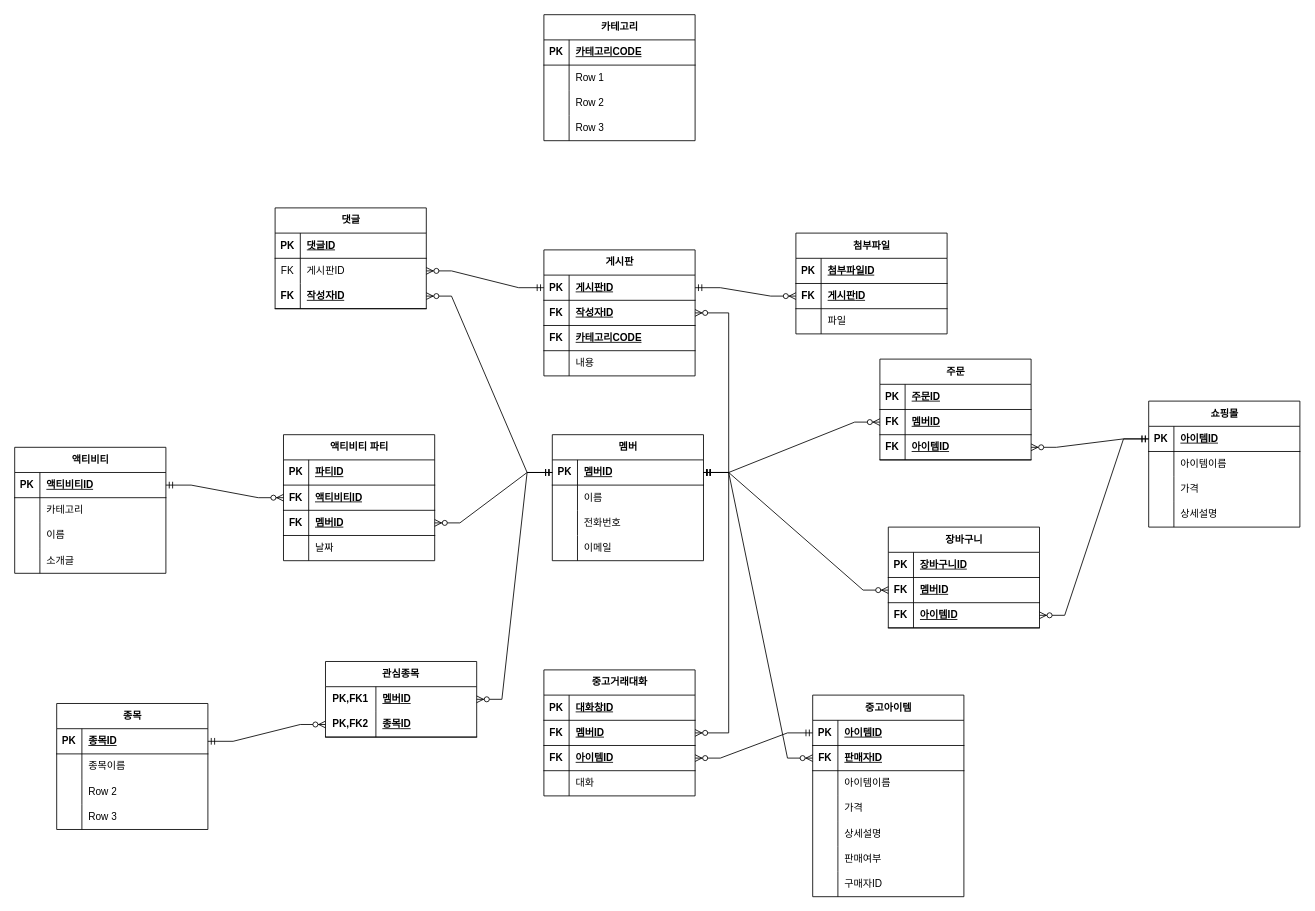
GGoJae/erd keeps this draw.io diagram as 연습다이어그램.drawio. Above is the earlier version. Source tidied: cells renumbered, new cells numbered last; positions are measured from the earlier drawing's top-left corner, leaving out a move shared by most shapes. Both pictures are drawn from the tidied source at 84%, with x=0, y=0 at pixel (14, 14).
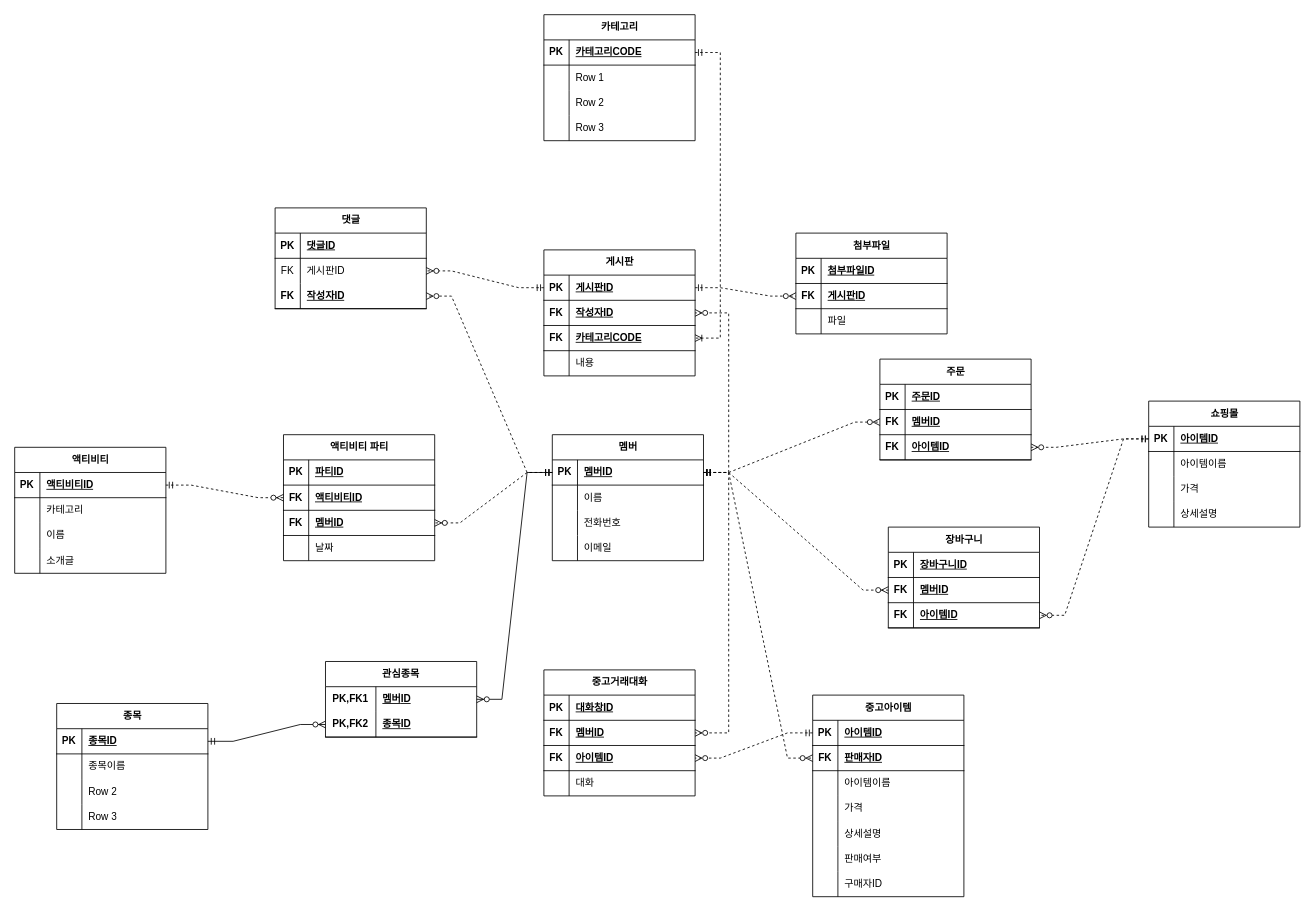
After the change.

Commit message (it also covers changes not shown here):
연습다이어그램.drawio 업데이트

The change refers to these unchanged cells:
```xml
<mxCell id="3" style="shape=tableRow;horizontal=0;startSize=0;swimlaneHead=0;swimlaneBody=0;fillColor=none;points=[[0,0.5],[1,0.5]];portConstraint=eastwest;top=0;left=0;right=0;bottom=1;" parent="2" vertex="1">
  <mxGeometry y="30" width="180" height="30" as="geometry" />
</mxCell>
<mxCell id="29" style="shape=tableRow;horizontal=0;startSize=0;swimlaneHead=0;swimlaneBody=0;fillColor=none;points=[[0,0.5],[1,0.5]];portConstraint=eastwest;top=0;left=0;right=0;bottom=1;" parent="28" vertex="1">
  <mxGeometry y="30" width="180" height="30" as="geometry" />
</mxCell>
<mxCell id="42" style="shape=tableRow;horizontal=0;startSize=0;swimlaneHead=0;swimlaneBody=0;fillColor=none;points=[[0,0.5],[1,0.5]];portConstraint=eastwest;top=0;left=0;right=0;bottom=1;" parent="41" vertex="1">
  <mxGeometry y="30" width="180" height="30" as="geometry" />
</mxCell>
<mxCell id="45" style="shape=tableRow;horizontal=0;startSize=0;swimlaneHead=0;swimlaneBody=0;fillColor=none;points=[[0,0.5],[1,0.5]];portConstraint=eastwest;top=0;left=0;right=0;bottom=1;" parent="41" vertex="1">
  <mxGeometry y="60" width="180" height="30" as="geometry" />
</mxCell>
<mxCell id="48" style="shape=tableRow;horizontal=0;startSize=0;swimlaneHead=0;swimlaneBody=0;fillColor=none;points=[[0,0.5],[1,0.5]];portConstraint=eastwest;top=0;left=0;right=0;bottom=1;" parent="41" vertex="1">
  <mxGeometry y="90" width="180" height="30" as="geometry" />
</mxCell>
<mxCell id="58" style="shape=tableRow;horizontal=0;startSize=0;swimlaneHead=0;swimlaneBody=0;fillColor=none;points=[[0,0.5],[1,0.5]];portConstraint=eastwest;top=0;left=0;right=0;bottom=1;" parent="54" vertex="1">
  <mxGeometry y="60" width="180" height="30" as="geometry" />
</mxCell>
<mxCell id="61" style="shape=tableRow;horizontal=0;startSize=0;swimlaneHead=0;swimlaneBody=0;fillColor=none;points=[[0,0.5],[1,0.5]];portConstraint=eastwest;top=0;left=0;right=0;bottom=1;" parent="54" vertex="1">
  <mxGeometry y="90" width="180" height="30" as="geometry" />
</mxCell>
<mxCell id="68" style="shape=tableRow;horizontal=0;startSize=0;swimlaneHead=0;swimlaneBody=0;fillColor=none;points=[[0,0.5],[1,0.5]];portConstraint=eastwest;top=0;left=0;right=0;bottom=1;" parent="67" vertex="1">
  <mxGeometry y="30" width="180" height="30" as="geometry" />
</mxCell>
<mxCell id="71" style="shape=tableRow;horizontal=0;startSize=0;swimlaneHead=0;swimlaneBody=0;fillColor=none;points=[[0,0.5],[1,0.5]];portConstraint=eastwest;top=0;left=0;right=0;bottom=1;" parent="67" vertex="1">
  <mxGeometry y="60" width="180" height="30" as="geometry" />
</mxCell>
<mxCell id="93" style="shape=tableRow;horizontal=0;startSize=0;swimlaneHead=0;swimlaneBody=0;fillColor=none;points=[[0,0.5],[1,0.5]];portConstraint=eastwest;top=0;left=0;right=0;bottom=1;" parent="89" vertex="1">
  <mxGeometry y="60" width="180" height="30" as="geometry" />
</mxCell>
<mxCell id="103" style="shape=tableRow;horizontal=0;startSize=0;swimlaneHead=0;swimlaneBody=0;fillColor=none;points=[[0,0.5],[1,0.5]];portConstraint=eastwest;top=0;left=0;right=0;bottom=0;" parent="99" vertex="1">
  <mxGeometry y="60" width="180" height="30" as="geometry" />
</mxCell>
<mxCell id="106" style="shape=tableRow;horizontal=0;startSize=0;swimlaneHead=0;swimlaneBody=0;fillColor=none;points=[[0,0.5],[1,0.5]];portConstraint=eastwest;top=0;left=0;right=0;bottom=1;" parent="99" vertex="1">
  <mxGeometry y="90" width="180" height="30" as="geometry" />
</mxCell>
<mxCell id="110" style="shape=tableRow;horizontal=0;startSize=0;swimlaneHead=0;swimlaneBody=0;fillColor=none;points=[[0,0.5],[1,0.5]];portConstraint=eastwest;top=0;left=0;right=0;bottom=1;" parent="109" vertex="1">
  <mxGeometry y="30" width="180" height="30" as="geometry" />
</mxCell>
<mxCell id="123" style="shape=tableRow;horizontal=0;startSize=0;swimlaneHead=0;swimlaneBody=0;fillColor=none;points=[[0,0.5],[1,0.5]];portConstraint=eastwest;top=0;left=0;right=0;bottom=1;" parent="122" vertex="1">
  <mxGeometry y="30" width="180" height="30" as="geometry" />
</mxCell>
<mxCell id="139" style="shape=tableRow;horizontal=0;startSize=0;swimlaneHead=0;swimlaneBody=0;fillColor=none;points=[[0,0.5],[1,0.5]];portConstraint=eastwest;top=0;left=0;right=0;bottom=1;" parent="135" vertex="1">
  <mxGeometry y="60" width="180" height="30" as="geometry" />
</mxCell>
<mxCell id="142" style="shape=tableRow;horizontal=0;startSize=0;swimlaneHead=0;swimlaneBody=0;fillColor=none;points=[[0,0.5],[1,0.5]];portConstraint=eastwest;top=0;left=0;right=0;bottom=1;" parent="135" vertex="1">
  <mxGeometry y="90" width="180" height="30" as="geometry" />
</mxCell>
<mxCell id="149" style="shape=tableRow;horizontal=0;startSize=0;swimlaneHead=0;swimlaneBody=0;fillColor=none;points=[[0,0.5],[1,0.5]];portConstraint=eastwest;top=0;left=0;right=0;bottom=1;" parent="145" vertex="1">
  <mxGeometry y="60" width="180" height="30" as="geometry" />
</mxCell>
<mxCell id="152" style="shape=tableRow;horizontal=0;startSize=0;swimlaneHead=0;swimlaneBody=0;fillColor=none;points=[[0,0.5],[1,0.5]];portConstraint=eastwest;top=0;left=0;right=0;bottom=1;" parent="145" vertex="1">
  <mxGeometry y="90" width="180" height="30" as="geometry" />
</mxCell>
<mxCell id="162" style="shape=tableRow;horizontal=0;startSize=0;swimlaneHead=0;swimlaneBody=0;fillColor=none;points=[[0,0.5],[1,0.5]];portConstraint=eastwest;top=0;left=0;right=0;bottom=1;" parent="158" vertex="1">
  <mxGeometry y="60" width="180" height="30" as="geometry" />
</mxCell>
<mxCell id="165" style="shape=tableRow;horizontal=0;startSize=0;swimlaneHead=0;swimlaneBody=0;fillColor=none;points=[[0,0.5],[1,0.5]];portConstraint=eastwest;top=0;left=0;right=0;bottom=1;" parent="158" vertex="1">
  <mxGeometry y="90" width="180" height="30" as="geometry" />
</mxCell>
```

The edit, as a diff of the source:
```diff
@@
-    <mxCell id="168" style="edgeStyle=entityRelationEdgeStyle;fontSize=12;html=1;endArrow=ERzeroToMany;startArrow=ERmandOne;rounded=0;" parent="1" edge="1" source="110" target="142">
+    <mxCell id="168" style="edgeStyle=entityRelationEdgeStyle;fontSize=12;html=1;endArrow=ERzeroToMany;startArrow=ERmandOne;rounded=0;dashed=1;" parent="1" edge="1" source="110" target="142">
       <mxGeometry relative="1" as="geometry" />
     </mxCell>
-    <mxCell id="169" style="edgeStyle=entityRelationEdgeStyle;fontSize=12;html=1;endArrow=ERzeroToMany;startArrow=ERmandOne;rounded=0;" parent="1" edge="1" source="3" target="139">
+    <mxCell id="169" style="edgeStyle=entityRelationEdgeStyle;fontSize=12;html=1;endArrow=ERzeroToMany;startArrow=ERmandOne;rounded=0;dashed=1;" parent="1" edge="1" source="3" target="139">
       <mxGeometry relative="1" as="geometry" />
     </mxCell>
-    <mxCell id="170" style="edgeStyle=entityRelationEdgeStyle;fontSize=12;html=1;endArrow=ERzeroToMany;startArrow=ERmandOne;rounded=0;" parent="1" edge="1" source="3" target="162">
+    <mxCell id="170" style="edgeStyle=entityRelationEdgeStyle;fontSize=12;html=1;endArrow=ERzeroToMany;startArrow=ERmandOne;rounded=0;dashed=1;" parent="1" edge="1" source="3" target="162">
       <mxGeometry relative="1" as="geometry" />
     </mxCell>
-    <mxCell id="171" style="edgeStyle=entityRelationEdgeStyle;fontSize=12;html=1;endArrow=ERzeroToMany;startArrow=ERmandOne;rounded=0;" parent="1" edge="1" source="110" target="165">
+    <mxCell id="171" style="edgeStyle=entityRelationEdgeStyle;fontSize=12;html=1;endArrow=ERzeroToMany;startArrow=ERmandOne;rounded=0;dashed=1;" parent="1" edge="1" source="110" target="165">
       <mxGeometry relative="1" as="geometry" />
     </mxCell>
-    <mxCell id="172" style="edgeStyle=entityRelationEdgeStyle;fontSize=12;html=1;endArrow=ERzeroToMany;startArrow=ERmandOne;rounded=0;" parent="1" edge="1" source="68" target="152">
+    <mxCell id="172" style="edgeStyle=entityRelationEdgeStyle;fontSize=12;html=1;endArrow=ERzeroToMany;startArrow=ERmandOne;rounded=0;dashed=1;" parent="1" edge="1" source="68" target="152">
       <mxGeometry relative="1" as="geometry" />
     </mxCell>
-    <mxCell id="173" style="edgeStyle=entityRelationEdgeStyle;fontSize=12;html=1;endArrow=ERzeroToMany;startArrow=ERmandOne;rounded=0;" parent="1" edge="1" source="3" target="71">
+    <mxCell id="173" style="edgeStyle=entityRelationEdgeStyle;fontSize=12;html=1;endArrow=ERzeroToMany;startArrow=ERmandOne;rounded=0;dashed=1;" parent="1" edge="1" source="3" target="71">
       <mxGeometry relative="1" as="geometry" />
     </mxCell>
-    <mxCell id="174" style="edgeStyle=entityRelationEdgeStyle;fontSize=12;html=1;endArrow=ERzeroToMany;startArrow=ERmandOne;rounded=0;" parent="1" edge="1" source="3" target="149">
+    <mxCell id="174" style="edgeStyle=entityRelationEdgeStyle;fontSize=12;html=1;endArrow=ERzeroToMany;startArrow=ERmandOne;rounded=0;dashed=1;" parent="1" edge="1" source="3" target="149">
       <mxGeometry relative="1" as="geometry">
         <Array as="points">
           <mxPoint x="850" y="760" />
         </Array>
       </mxGeometry>
     </mxCell>
@@
-    <mxCell id="184" style="edgeStyle=entityRelationEdgeStyle;fontSize=12;html=1;endArrow=ERzeroToMany;startArrow=ERmandOne;rounded=0;" parent="1" edge="1" source="3" target="61">
+    <mxCell id="184" style="edgeStyle=entityRelationEdgeStyle;fontSize=12;html=1;endArrow=ERzeroToMany;startArrow=ERmandOne;rounded=0;dashed=1;" parent="1" edge="1" source="3" target="61">
       <mxGeometry relative="1" as="geometry" />
     </mxCell>
-    <mxCell id="185" style="edgeStyle=entityRelationEdgeStyle;fontSize=12;html=1;endArrow=ERzeroToMany;startArrow=ERmandOne;rounded=0;" parent="1" edge="1" source="29" target="58">
+    <mxCell id="185" style="edgeStyle=entityRelationEdgeStyle;fontSize=12;html=1;endArrow=ERzeroToMany;startArrow=ERmandOne;rounded=0;dashed=1;" parent="1" edge="1" source="29" target="58">
       <mxGeometry relative="1" as="geometry">
         <Array as="points">
           <mxPoint x="180" y="740" />
         </Array>
       </mxGeometry>
     </mxCell>
-    <mxCell id="186" style="edgeStyle=entityRelationEdgeStyle;fontSize=12;html=1;endArrow=ERzeroToMany;startArrow=ERmandOne;rounded=0;" parent="1" edge="1" source="3" target="45">
+    <mxCell id="186" style="edgeStyle=entityRelationEdgeStyle;fontSize=12;html=1;endArrow=ERzeroToMany;startArrow=ERmandOne;rounded=0;dashed=1;" parent="1" edge="1" source="3" target="45">
       <mxGeometry relative="1" as="geometry">
         <Array as="points">
           <mxPoint x="870" y="430" />
         </Array>
       </mxGeometry>
     </mxCell>
-    <mxCell id="187" style="edgeStyle=entityRelationEdgeStyle;fontSize=12;html=1;endArrow=ERzeroToMany;startArrow=ERmandOne;rounded=0;" parent="1" edge="1" source="42" target="103">
+    <mxCell id="187" style="edgeStyle=entityRelationEdgeStyle;fontSize=12;html=1;endArrow=ERzeroToMany;startArrow=ERmandOne;rounded=0;dashed=1;" parent="1" edge="1" source="42" target="103">
       <mxGeometry relative="1" as="geometry" />
     </mxCell>
-    <mxCell id="188" style="edgeStyle=entityRelationEdgeStyle;fontSize=12;html=1;endArrow=ERzeroToMany;startArrow=ERmandOne;rounded=0;" parent="1" edge="1" source="3" target="106">
+    <mxCell id="188" style="edgeStyle=entityRelationEdgeStyle;fontSize=12;html=1;endArrow=ERzeroToMany;startArrow=ERmandOne;rounded=0;dashed=1;" parent="1" edge="1" source="3" target="106">
       <mxGeometry relative="1" as="geometry">
         <Array as="points">
           <mxPoint x="110" y="260" />
         </Array>
       </mxGeometry>
     </mxCell>
-    <mxCell id="189" style="edgeStyle=entityRelationEdgeStyle;fontSize=12;html=1;endArrow=ERzeroToMany;startArrow=ERmandOne;rounded=0;" parent="1" edge="1" source="42" target="93">
+    <mxCell id="189" style="edgeStyle=entityRelationEdgeStyle;fontSize=12;html=1;endArrow=ERzeroToMany;startArrow=ERmandOne;rounded=0;dashed=1;" parent="1" edge="1" source="42" target="93">
       <mxGeometry relative="1" as="geometry" />
     </mxCell>
+    <mxCell id="190" style="edgeStyle=entityRelationEdgeStyle;fontSize=12;html=1;endArrow=ERoneToMany;startArrow=ERmandOne;rounded=0;dashed=1;" parent="1" edge="1" source="123" target="48">
+      <mxGeometry relative="1" as="geometry" />
+    </mxCell>
```
